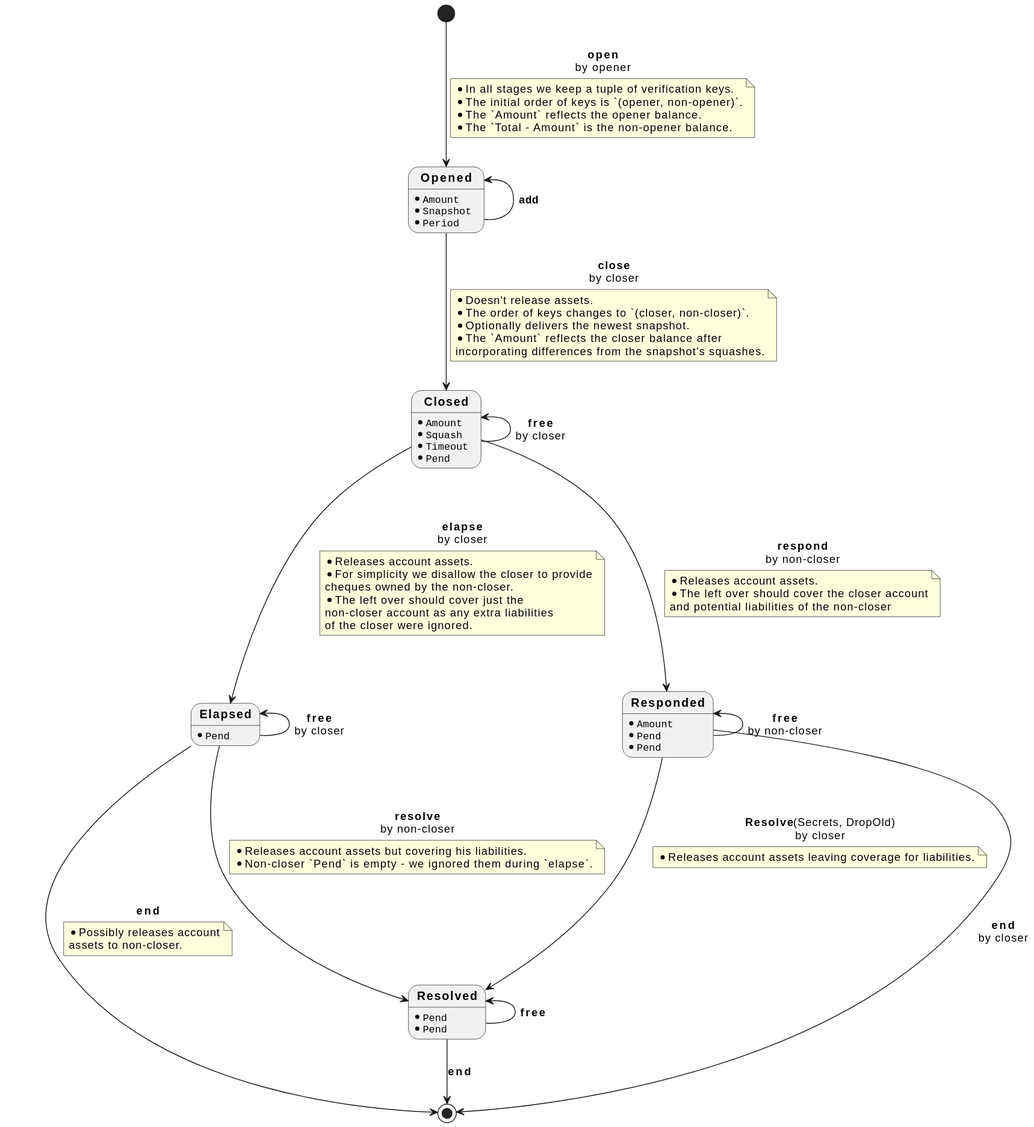
This is docs/design/l1-spec/stages.svg from cardano-lightning/cardano-lightning, a PlantUML export, as it was before one commit.
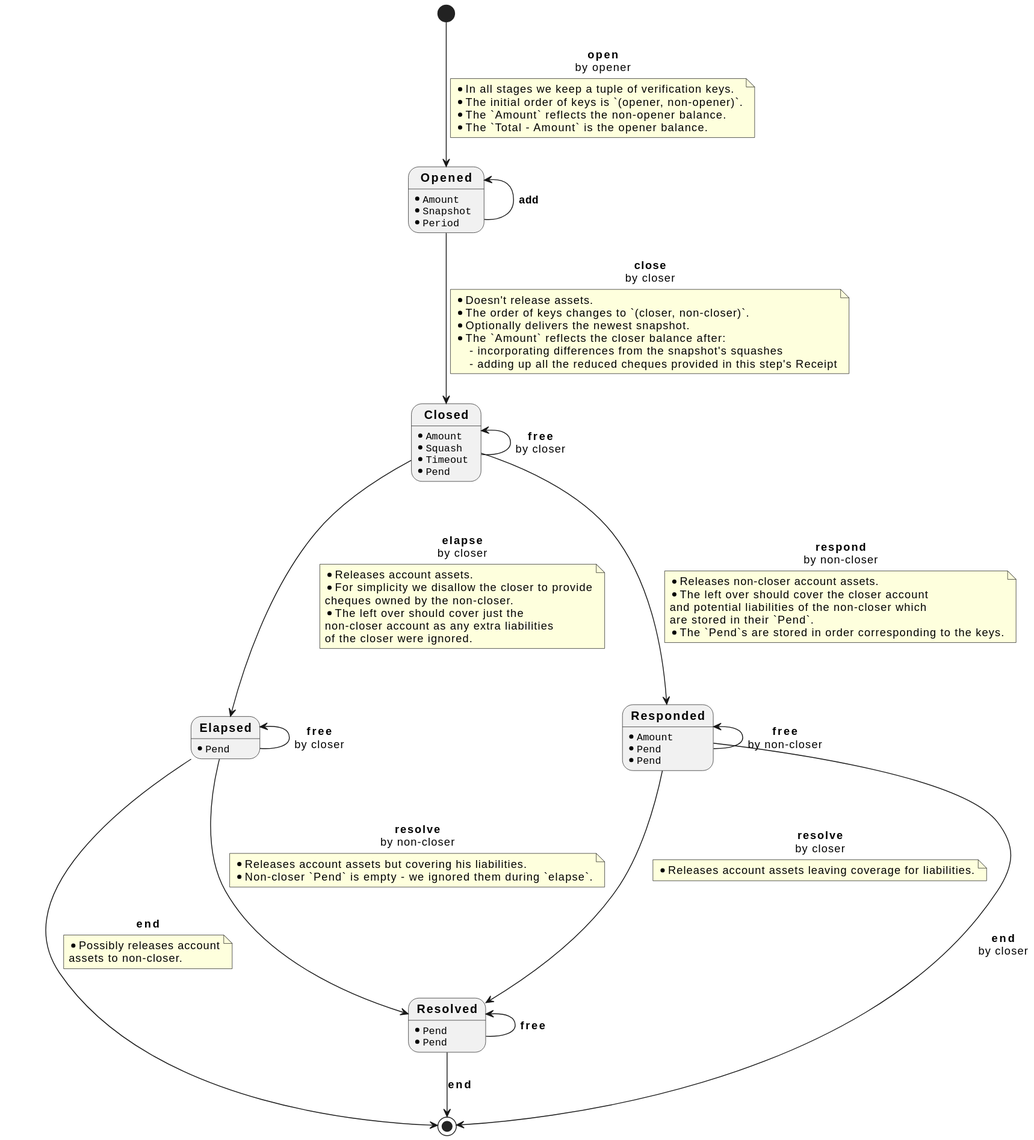
The same file after the commit.

What changed in the source:
```diff
@@ -26,8 +26,8 @@
 note on link
   * In all stages we keep a tuple of verification keys.
   * The initial order of keys is `(opener, non-opener)`.
-  * The `Amount` reflects the opener balance.
-  * The `Total - Amount` is the non-opener balance.
+  * The `Amount` reflects the non-opener balance.
+  * The `Total - Amount` is the opener balance.
 end note
 Opened --u-> Opened : ""<b>add</b>""
 Opened --> Closed : <b>close</b>\nby closer
@@ -35,15 +35,18 @@
   * Doesn't release assets.
   * The order of keys changes to `(closer, non-closer)`.
   * Optionally delivers the newest snapshot.
-  * The `Amount` reflects the closer balance after
-  incorporating differences from the snapshot's squashes.
+  * The `Amount` reflects the closer balance after:
+      - incorporating differences from the snapshot's squashes
+      - adding up all the reduced cheques provided in this step's Receipt
 end note
 Closed --u-> Closed : <b>free</b>\nby closer
 Closed --d-> Responded : <b>respond</b>\nby non-closer
 note on link
-  * Releases account assets.
+  * Releases non-closer account assets.
   * The left over should cover the closer account
-  and potential liabilities of the non-closer
+  and potential liabilities of the non-closer which
+  are stored in their `Pend`.
+  * The `Pend`s are stored in order corresponding to the keys.
 end note
 
 Closed --d-> Elapsed : <b>elapse</b>\nby closer
@@ -57,7 +60,7 @@
 end note
 
 Responded --u-> Responded : <b>free</b>\nby non-closer
-Responded --d-> Resolved : <b>Resolve</b>(Secrets, DropOld)\nby closer
+Responded --d-> Resolved : <b>resolve</b>\nby closer
 note on link
   * Releases account assets leaving coverage for liabilities.
 end note
```
